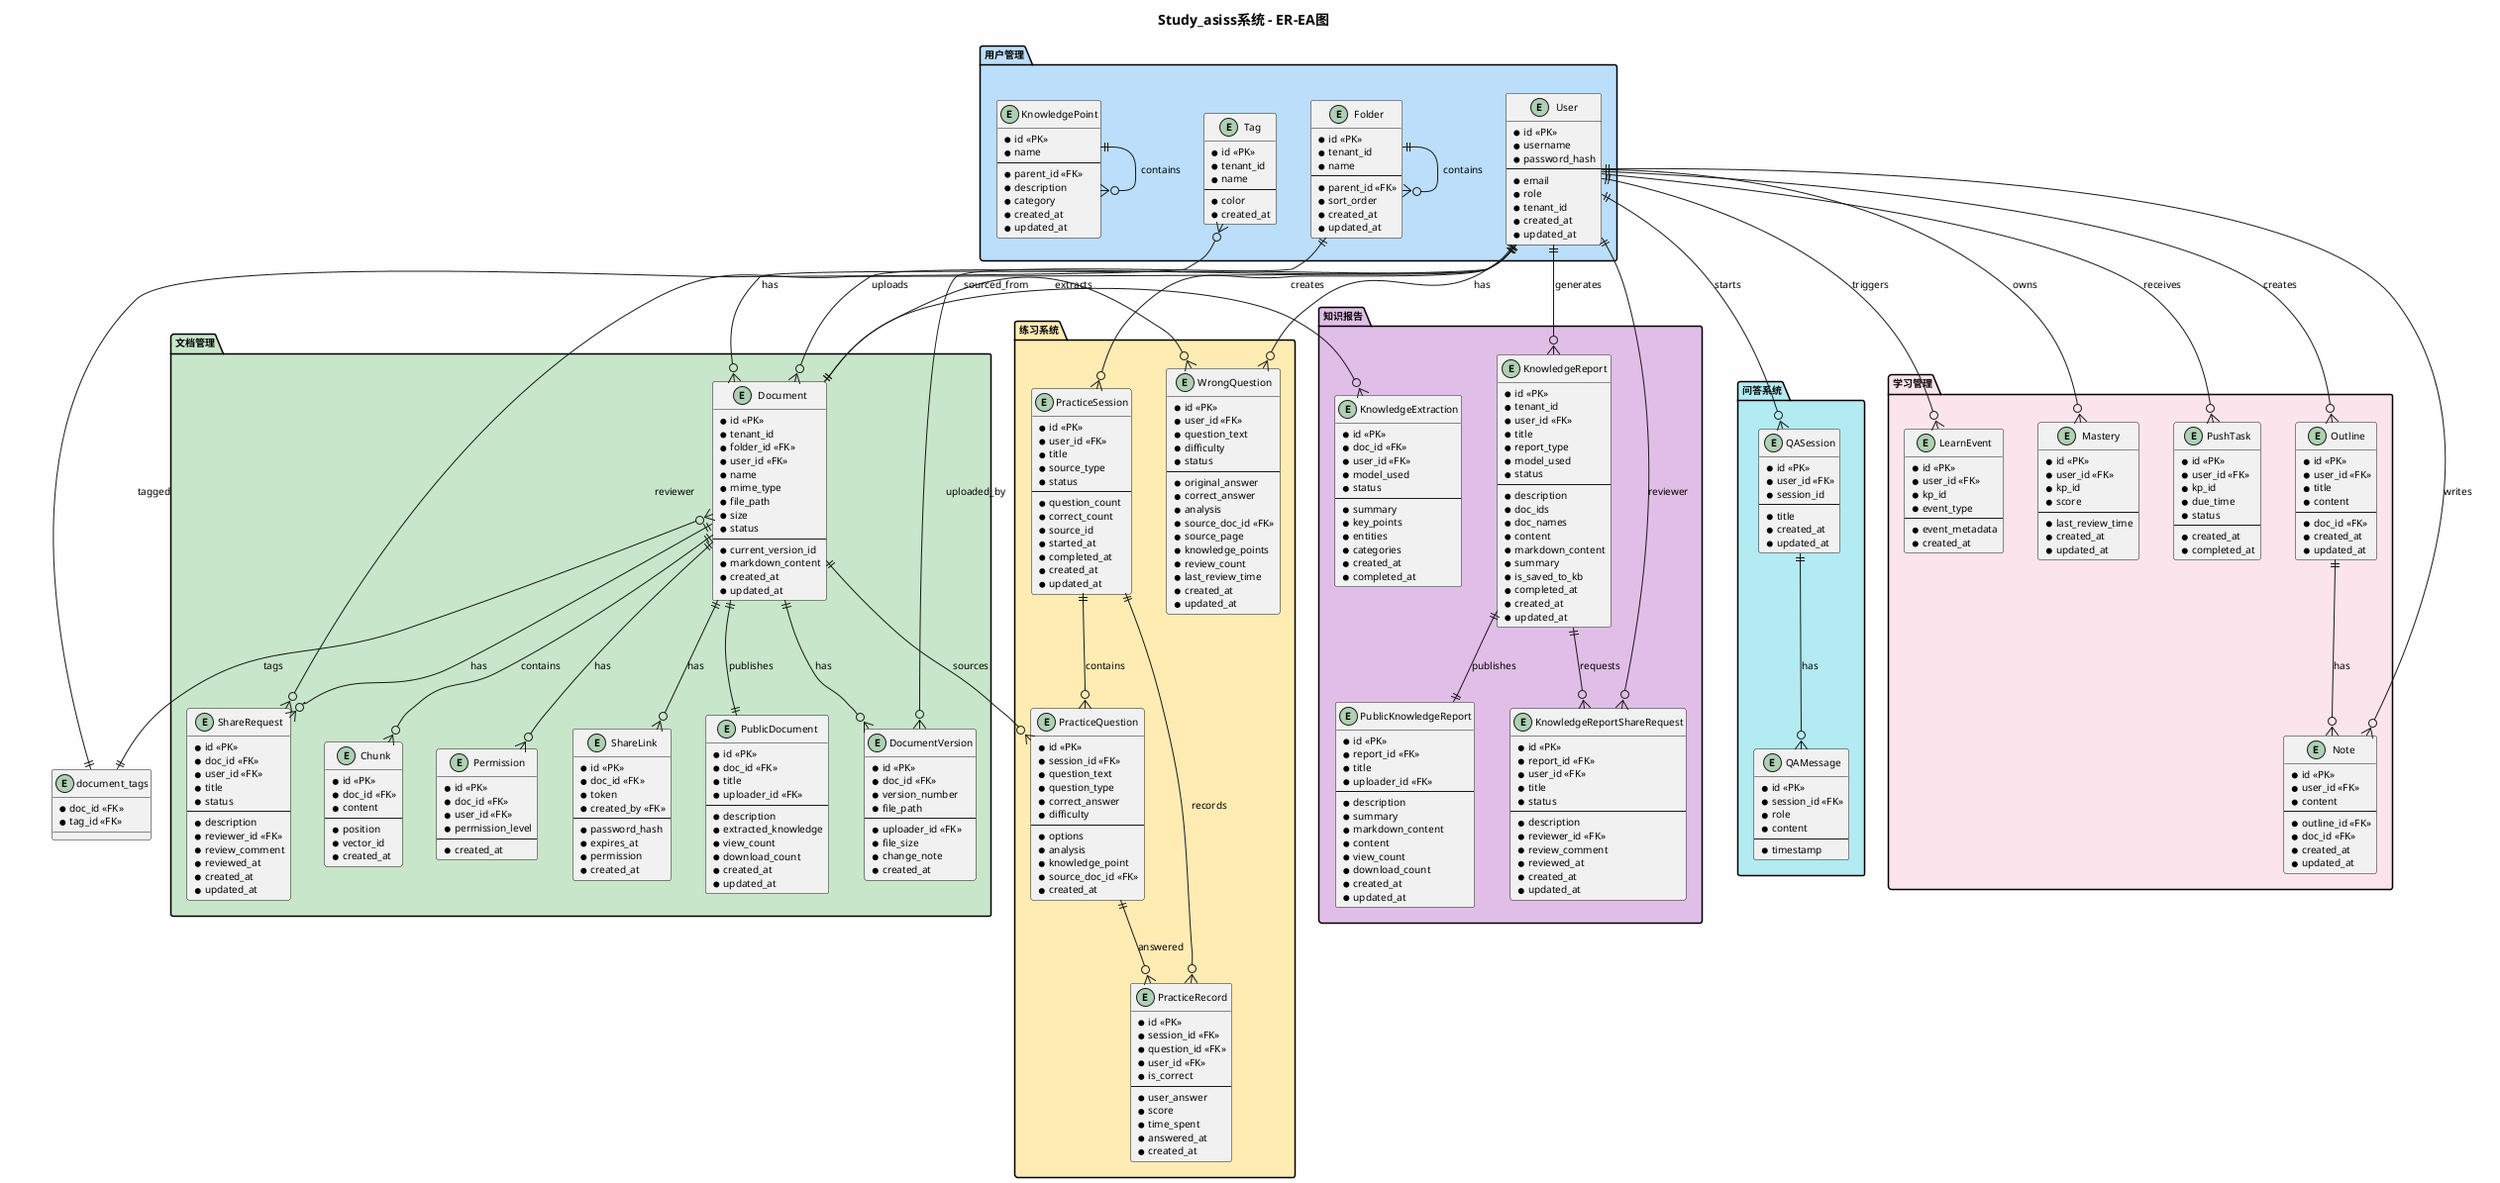
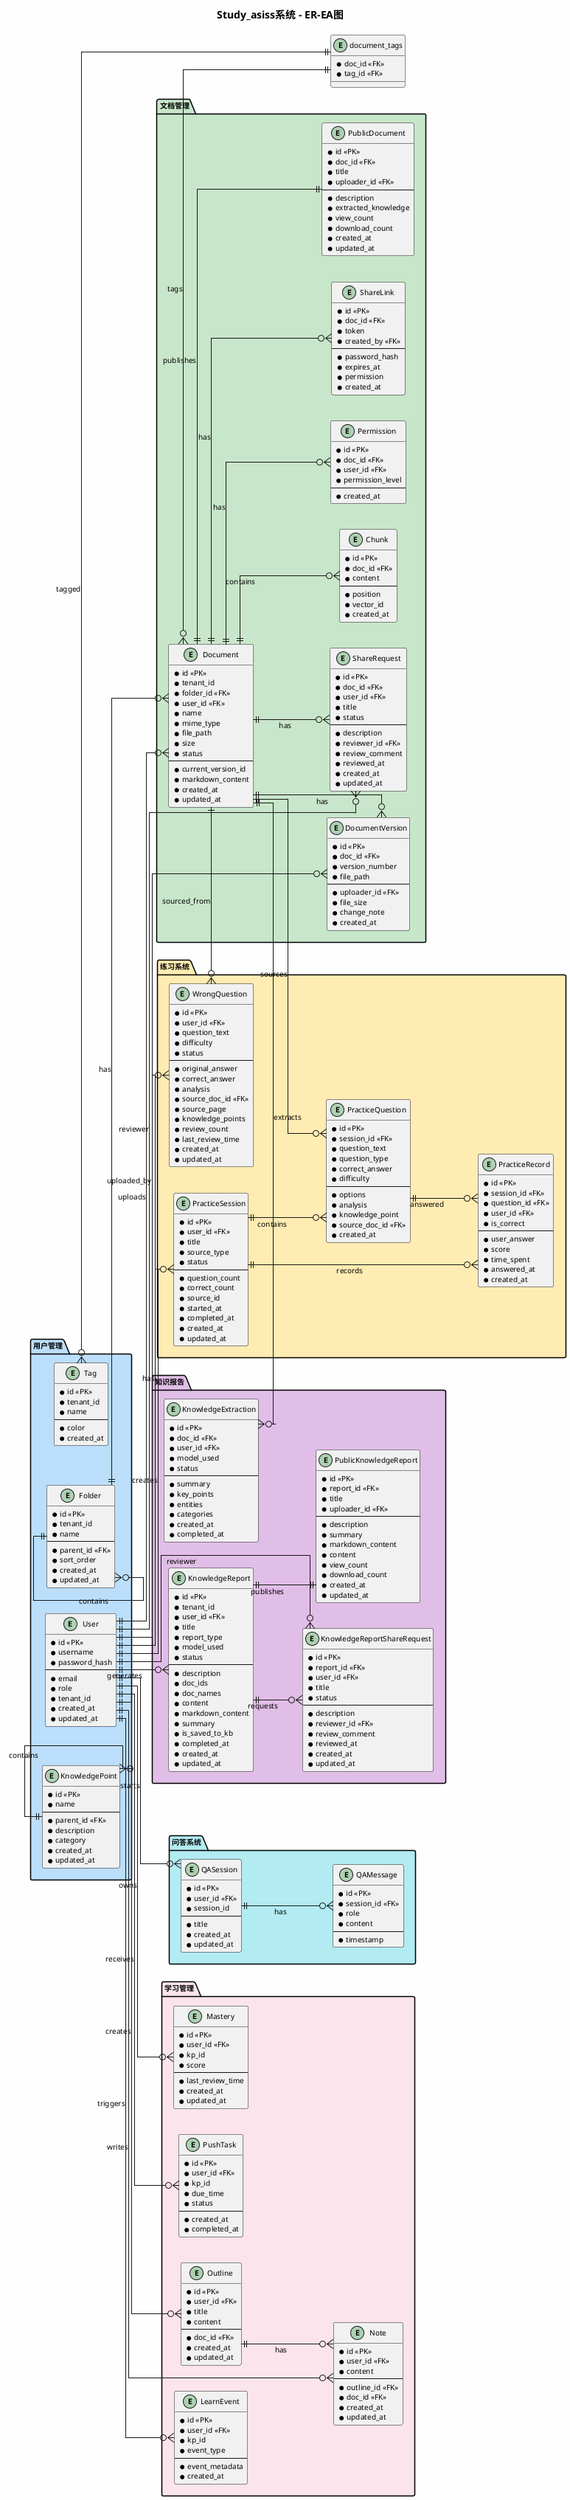
@startuml ER_EA_Diagram
skinparam backgroundColor #FEFEFE
skinparam handwritten false
skinparam defaultFontSize 10
skinparam defaultFontName "Microsoft YaHei"
+ skinparam linetype ortho
skinparam entityBackgroundColor #E3F2FD
skinparam entityBorderColor #1565C0
skinparam entityBorderThickness 2
skinparam attributeBackgroundColor #FFF3E0
skinparam attributeBorderColor #E65100
skinparam attributeBorderThickness 1
skinparam relationshipBackgroundColor #E8F5E9
skinparam relationshipBorderColor #2E7D32
skinparam relationshipBorderThickness 2

title Study_asiss系统 - ER-EA图

- top to bottom direction
+ left to right direction

package "用户管理" #BBDEFB {
  entity User {
    * id <<PK>>
    * username
    * password_hash
    --
    * email
    * role
    * tenant_id
    * created_at
    * updated_at
  }

  entity Folder {
    * id <<PK>>
    * tenant_id
    * name
    --
    * parent_id <<FK>>
    * sort_order
    * created_at
    * updated_at
  }

  entity Tag {
    * id <<PK>>
    * tenant_id
    * name
    --
    * color
    * created_at
  }

  entity KnowledgePoint {
    * id <<PK>>
    * name
    --
    * parent_id <<FK>>
    * description
    * category
    * created_at
    * updated_at
  }
}

package "文档管理" #C8E6C9 {
  entity Document {
    * id <<PK>>
    * tenant_id
    * folder_id <<FK>>
    * user_id <<FK>>
    * name
    * mime_type
    * file_path
    * size
    * status
    --
    * current_version_id
    * markdown_content
    * created_at
    * updated_at
  }

  entity DocumentVersion {
    * id <<PK>>
    * doc_id <<FK>>
    * version_number
    * file_path
    --
    * uploader_id <<FK>>
    * file_size
    * change_note
    * created_at
  }

  entity Chunk {
    * id <<PK>>
    * doc_id <<FK>>
    * content
    --
    * position
    * vector_id
    * created_at
  }

  entity Permission {
    * id <<PK>>
    * doc_id <<FK>>
    * user_id <<FK>>
    * permission_level
    --
    * created_at
  }

  entity ShareLink {
    * id <<PK>>
    * doc_id <<FK>>
    * token
    * created_by <<FK>>
    --
    * password_hash
    * expires_at
    * permission
    * created_at
  }

  entity ShareRequest {
    * id <<PK>>
    * doc_id <<FK>>
    * user_id <<FK>>
    * title
    * status
    --
    * description
    * reviewer_id <<FK>>
    * review_comment
    * reviewed_at
    * created_at
    * updated_at
  }

  entity PublicDocument {
    * id <<PK>>
    * doc_id <<FK>>
    * title
    * uploader_id <<FK>>
    --
    * description
    * extracted_knowledge
    * view_count
    * download_count
    * created_at
    * updated_at
  }
}

package "知识报告" #E1BEE7 {
  entity KnowledgeExtraction {
    * id <<PK>>
    * doc_id <<FK>>
    * user_id <<FK>>
    * model_used
    * status
    --
    * summary
    * key_points
    * entities
    * categories
    * created_at
    * completed_at
  }

  entity KnowledgeReport {
    * id <<PK>>
    * tenant_id
    * user_id <<FK>>
    * title
    * report_type
    * model_used
    * status
    --
    * description
    * doc_ids
    * doc_names
    * content
    * markdown_content
    * summary
    * is_saved_to_kb
    * completed_at
    * created_at
    * updated_at
  }

  entity KnowledgeReportShareRequest {
    * id <<PK>>
    * report_id <<FK>>
    * user_id <<FK>>
    * title
    * status
    --
    * description
    * reviewer_id <<FK>>
    * review_comment
    * reviewed_at
    * created_at
    * updated_at
  }

  entity PublicKnowledgeReport {
    * id <<PK>>
    * report_id <<FK>>
    * title
    * uploader_id <<FK>>
    --
    * description
    * summary
    * markdown_content
    * content
    * view_count
    * download_count
    * created_at
    * updated_at
  }
}

package "练习系统" #FFECB3 {
  entity WrongQuestion {
    * id <<PK>>
    * user_id <<FK>>
    * question_text
    * difficulty
    * status
    --
    * original_answer
    * correct_answer
    * analysis
    * source_doc_id <<FK>>
    * source_page
    * knowledge_points
    * review_count
    * last_review_time
    * created_at
    * updated_at
  }

  entity PracticeSession {
    * id <<PK>>
    * user_id <<FK>>
    * title
    * source_type
    * status
    --
    * question_count
    * correct_count
    * source_id
    * started_at
    * completed_at
    * created_at
    * updated_at
  }

  entity PracticeQuestion {
    * id <<PK>>
    * session_id <<FK>>
    * question_text
    * question_type
    * correct_answer
    * difficulty
    --
    * options
    * analysis
    * knowledge_point
    * source_doc_id <<FK>>
    * created_at
  }

  entity PracticeRecord {
    * id <<PK>>
    * session_id <<FK>>
    * question_id <<FK>>
    * user_id <<FK>>
    * is_correct
    --
    * user_answer
    * score
    * time_spent
    * answered_at
    * created_at
  }
}

package "问答系统" #B2EBF2 {
  entity QASession {
    * id <<PK>>
    * user_id <<FK>>
    * session_id
    --
    * title
    * created_at
    * updated_at
  }

  entity QAMessage {
    * id <<PK>>
    * session_id <<FK>>
    * role
    * content
    --
    * timestamp
  }
}

package "学习管理" #FCE4EC {
  entity Outline {
    * id <<PK>>
    * user_id <<FK>>
    * title
    * content
    --
    * doc_id <<FK>>
    * created_at
    * updated_at
  }

  entity Note {
    * id <<PK>>
    * user_id <<FK>>
    * content
    --
    * outline_id <<FK>>
    * doc_id <<FK>>
    * created_at
    * updated_at
  }

  entity LearnEvent {
    * id <<PK>>
    * user_id <<FK>>
    * kp_id
    * event_type
    --
    * event_metadata
    * created_at
  }

  entity Mastery {
    * id <<PK>>
    * user_id <<FK>>
    * kp_id
    * score
    --
    * last_review_time
    * created_at
    * updated_at
  }

  entity PushTask {
    * id <<PK>>
    * user_id <<FK>>
    * kp_id
    * due_time
    * status
    --
    * created_at
    * completed_at
  }
}

entity document_tags {
  * doc_id <<FK>>
  * tag_id <<FK>>
}

User ||--o{ Document : uploads
User ||--o{ KnowledgeReport : generates
User ||--o{ PracticeSession : creates
User ||--o{ WrongQuestion : has
User ||--o{ QASession : starts
User ||--o{ Outline : creates
User ||--o{ Note : writes
User ||--o{ LearnEvent : triggers
User ||--o{ Mastery : owns
User ||--o{ PushTask : receives

Folder ||--o{ Folder : contains
Folder ||--o{ Document : has

Document ||--o{ DocumentVersion : has
Document ||--o{ Chunk : contains
Document ||--o{ Permission : has
Document ||--o{ ShareLink : has
Document ||--o{ ShareRequest : has
Document ||--o{ KnowledgeExtraction : extracts
Document ||--|| PublicDocument : publishes
Document ||--o{ PracticeQuestion : sources

Document }o--|| document_tags : tags
Tag }o--|| document_tags : tagged

PracticeSession ||--o{ PracticeQuestion : contains
PracticeSession ||--o{ PracticeRecord : records

PracticeQuestion ||--o{ PracticeRecord : answered

KnowledgeReport ||--o{ KnowledgeReportShareRequest : requests
KnowledgeReport ||--|| PublicKnowledgeReport : publishes

QASession ||--o{ QAMessage : has

Outline ||--o{ Note : has

KnowledgePoint ||--o{ KnowledgePoint : contains

WrongQuestion }o--|| Document : sourced_from

KnowledgeReportShareRequest }o--|| User : reviewer
ShareRequest }o--|| User : reviewer

DocumentVersion }o--|| User : uploaded_by

@enduml